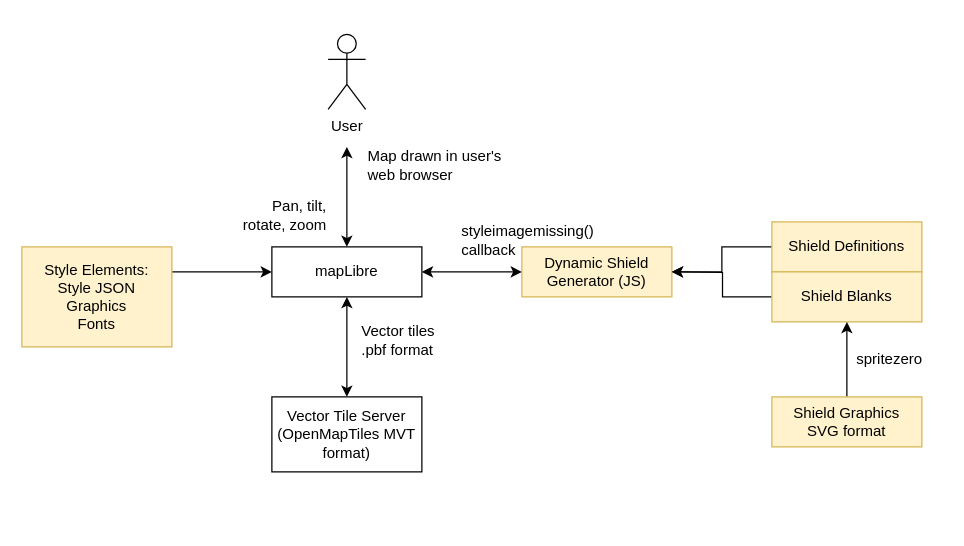
osm-americana/openstreetmap-americana keeps this draw.io diagram as doc-img/architecture.drawio. Above is the earlier version. Source tidied: cells renumbered, new cells numbered last; positions are measured from the earlier drawing's top-left corner, leaving out a move shared by most shapes. Both pictures are drawn from the tidied source at 125%, with x=0, y=0 at pixel (21, 34).
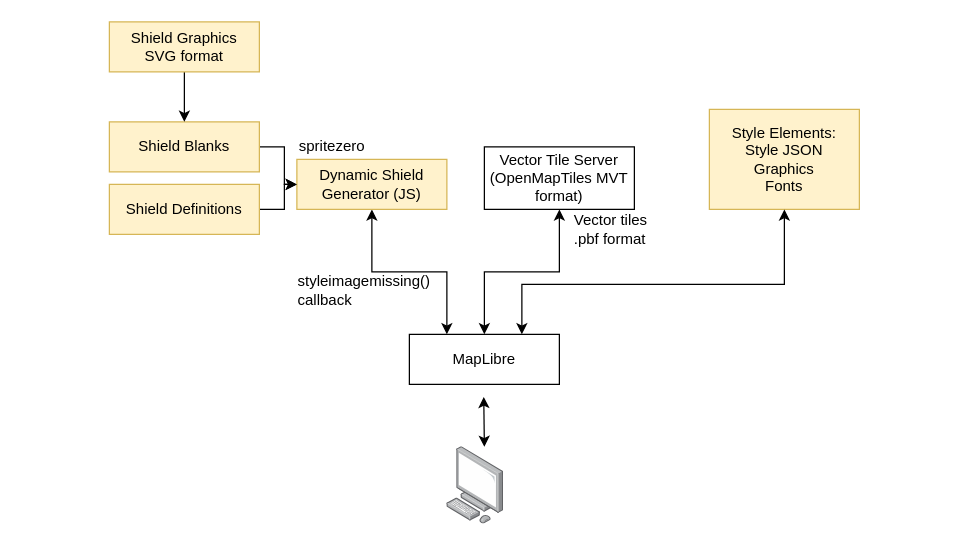
After the change.

Commit message (it also covers changes not shown here):
reorganize diagram

The edit, as a diff of the source:
```diff
@@
+    <mxCell id="13" style="edgeStyle=orthogonalEdgeStyle;rounded=0;jettySize=auto;html=1;exitX=0.5;exitY=1;exitDx=0;exitDy=0;entryX=0.5;entryY=0;entryDx=0;entryDy=0;startArrow=classic;startFill=1;" parent="1" edge="1" source="2" target="3">
+      <mxGeometry relative="1" as="geometry">
+        <Array as="points">
+          <mxPoint x="430" y="190" />
+          <mxPoint x="370" y="190" />
+        </Array>
+      </mxGeometry>
+    </mxCell>
     <mxCell id="2" value="Vector Tile Server&lt;br&gt;(OpenMapTiles MVT format)" style="rounded=0;whiteSpace=wrap;html=1;" parent="1" vertex="1">
-      <mxGeometry x="200" y="290" width="120" height="60" as="geometry" />
+      <mxGeometry x="370" y="90" width="120" height="50" as="geometry" />
     </mxCell>
-    <mxCell id="3" value="mapLibre" style="rounded=0;whiteSpace=wrap;html=1;" parent="1" vertex="1">
-      <mxGeometry x="200" y="170" width="120" height="40" as="geometry" />
+    <mxCell id="3" value="MapLibre" style="rounded=0;whiteSpace=wrap;html=1;" parent="1" vertex="1">
+      <mxGeometry x="310" y="240" width="120" height="40" as="geometry" />
     </mxCell>
-    <mxCell id="4" value="User" style="shape=umlActor;verticalLabelPosition=bottom;verticalAlign=top;html=1;" parent="1" vertex="1">
-      <mxGeometry x="245" width="30" height="60" as="geometry" />
-    </mxCell>
-    <mxCell id="5" style="edgeStyle=orthogonalEdgeStyle;rounded=0;jettySize=auto;html=1;exitX=1;exitY=0.25;exitDx=0;exitDy=0;entryX=0;entryY=0.5;entryDx=0;entryDy=0;" parent="1" edge="1" source="6" target="3">
-      <mxGeometry relative="1" as="geometry" />
-    </mxCell>
     <mxCell id="6" value="Style Elements:&lt;br&gt;Style JSON&lt;br&gt;Graphics&lt;br&gt;Fonts" style="rounded=0;whiteSpace=wrap;html=1;fillColor=#fff2cc;strokeColor=#d6b656;" parent="1" vertex="1">
-      <mxGeometry y="170" width="120" height="80" as="geometry" />
+      <mxGeometry x="550" y="60" width="120" height="80" as="geometry" />
     </mxCell>
+    <mxCell id="22" style="edgeStyle=orthogonalEdgeStyle;rounded=0;jettySize=auto;html=1;exitX=0.5;exitY=1;exitDx=0;exitDy=0;entryX=0.25;entryY=0;entryDx=0;entryDy=0;startArrow=classic;startFill=1;" parent="1" edge="1" source="7" target="3">
+      <mxGeometry relative="1" as="geometry" />
+    </mxCell>
     <mxCell id="7" value="Dynamic Shield Generator (JS)" style="rounded=0;whiteSpace=wrap;html=1;fillColor=#fff2cc;strokeColor=#d6b656;" parent="1" vertex="1">
-      <mxGeometry x="400" y="170" width="120" height="40" as="geometry" />
+      <mxGeometry x="220" y="100" width="120" height="40" as="geometry" />
     </mxCell>
-    <mxCell id="8" style="edgeStyle=orthogonalEdgeStyle;rounded=0;jettySize=auto;html=1;exitX=0;exitY=0.5;exitDx=0;exitDy=0;entryX=1;entryY=0.5;entryDx=0;entryDy=0;" parent="1" edge="1" source="9" target="7">
-      <mxGeometry relative="1" as="geometry" />
-    </mxCell>
+    <mxCell id="23" style="edgeStyle=orthogonalEdgeStyle;rounded=0;jettySize=auto;html=1;exitX=1;exitY=0.5;exitDx=0;exitDy=0;" parent="1" edge="1" source="9">
+      <mxGeometry relative="1" as="geometry">
+        <mxPoint x="220" y="120" as="targetPoint" />
+        <Array as="points">
+          <mxPoint x="210" y="140" />
+          <mxPoint x="210" y="120" />
+        </Array>
+      </mxGeometry>
+    </mxCell>
     <mxCell id="9" value="Shield Definitions" style="rounded=0;whiteSpace=wrap;html=1;fillColor=#fff2cc;strokeColor=#d6b656;" parent="1" vertex="1">
-      <mxGeometry x="600" y="150" width="120" height="40" as="geometry" />
+      <mxGeometry x="70" y="120" width="120" height="40" as="geometry" />
     </mxCell>
-    <mxCell id="10" style="edgeStyle=orthogonalEdgeStyle;rounded=0;jettySize=auto;html=1;exitX=0;exitY=0.5;exitDx=0;exitDy=0;" parent="1" edge="1" source="11">
-      <mxGeometry relative="1" as="geometry">
-        <mxPoint x="520" y="190" as="targetPoint" />
-      </mxGeometry>
-    </mxCell>
+    <mxCell id="24" style="edgeStyle=orthogonalEdgeStyle;rounded=0;jettySize=auto;html=1;exitX=1;exitY=0.5;exitDx=0;exitDy=0;entryX=0;entryY=0.5;entryDx=0;entryDy=0;" parent="1" edge="1" source="11" target="7">
+      <mxGeometry relative="1" as="geometry" />
+    </mxCell>
     <mxCell id="11" value="Shield Blanks" style="rounded=0;whiteSpace=wrap;html=1;fillColor=#fff2cc;strokeColor=#d6b656;" parent="1" vertex="1">
-      <mxGeometry x="600" y="190" width="120" height="40" as="geometry" />
+      <mxGeometry x="70" y="70" width="120" height="40" as="geometry" />
     </mxCell>
-    <mxCell id="12" style="endArrow=classic;startArrow=classic;html=1;rounded=0;entryX=0;entryY=0.5;entryDx=0;entryDy=0;exitX=1;exitY=0.5;exitDx=0;exitDy=0;" parent="1" edge="1" source="3" target="7">
-      <mxGeometry relative="1" as="geometry" />
-    </mxCell>
-    <mxCell id="13" style="endArrow=classic;startArrow=classic;html=1;rounded=0;exitX=0.5;exitY=0;exitDx=0;exitDy=0;entryX=0.5;entryY=1;entryDx=0;entryDy=0;" parent="1" edge="1" source="2" target="3">
-      <mxGeometry relative="1" as="geometry" />
-    </mxCell>
     <mxCell id="14" style="endArrow=classic;startArrow=classic;html=1;rounded=0;" parent="1" edge="1">
       <mxGeometry relative="1" as="geometry">
-        <mxPoint x="260" y="170" as="sourcePoint" />
-        <mxPoint x="260" y="90" as="targetPoint" />
+        <mxPoint x="370" y="330" as="sourcePoint" />
+        <mxPoint x="369.5" y="290" as="targetPoint" />
       </mxGeometry>
     </mxCell>
-    <mxCell id="15" value="Map drawn in user's &lt;br&gt;web browser" style="text;html=1;align=left;verticalAlign=middle;fillColor=none;strokeColor=none;rounded=0;" parent="1" vertex="1">
-      <mxGeometry x="275" y="90" width="120" height="30" as="geometry" />
-    </mxCell>
-    <mxCell id="16" value="Pan, tilt, &lt;br&gt;rotate, zoom" style="text;html=1;align=right;verticalAlign=middle;fillColor=none;strokeColor=none;rounded=0;" parent="1" vertex="1">
-      <mxGeometry x="165" y="130" width="80" height="30" as="geometry" />
-    </mxCell>
     <mxCell id="17" value="Vector tiles&lt;br&gt;.pbf format" style="text;html=1;align=left;verticalAlign=middle;fillColor=none;strokeColor=none;rounded=0;" parent="1" vertex="1">
-      <mxGeometry x="270" y="230" width="70" height="30" as="geometry" />
+      <mxGeometry x="440" y="141" width="70" height="30" as="geometry" />
     </mxCell>
     <mxCell id="18" value="spritezero" style="text;html=1;align=left;verticalAlign=middle;fillColor=none;strokeColor=none;rounded=0;" parent="1" vertex="1">
-      <mxGeometry x="666" y="250" width="70" height="20" as="geometry" />
+      <mxGeometry x="220" y="80" width="70" height="20" as="geometry" />
     </mxCell>
@@
     <mxCell id="20" value="Shield Graphics&lt;br&gt;SVG format" style="rounded=0;whiteSpace=wrap;html=1;fillColor=#fff2cc;strokeColor=#d6b656;" parent="1" vertex="1">
-      <mxGeometry x="600" y="290" width="120" height="40" as="geometry" />
+      <mxGeometry x="70" y="-10" width="120" height="40" as="geometry" />
     </mxCell>
     <mxCell id="21" value="styleimagemissing()&lt;br&gt;callback" style="text;html=1;align=left;verticalAlign=middle;fillColor=none;strokeColor=none;rounded=0;" parent="1" vertex="1">
-      <mxGeometry x="350" y="150" width="120" height="30" as="geometry" />
+      <mxGeometry x="219" y="190" width="120" height="30" as="geometry" />
     </mxCell>
+    <mxCell id="25" style="endArrow=classic;startArrow=classic;html=1;rounded=0;entryX=0.5;entryY=1;entryDx=0;entryDy=0;exitX=0.75;exitY=0;exitDx=0;exitDy=0;" parent="1" edge="1" source="3" target="6">
+      <mxGeometry relative="1" as="geometry">
+        <Array as="points">
+          <mxPoint x="400" y="200" />
+          <mxPoint x="610" y="200" />
+        </Array>
+      </mxGeometry>
+    </mxCell>
+    <mxCell id="26" style="html=1;align=center;shadow=0;dashed=0;image;image=img/lib/allied_telesis/computer_and_terminals/Personal_Computer.svg;" parent="1" vertex="1">
+      <mxGeometry x="340" y="330" width="45.6" height="61.8" as="geometry" />
+    </mxCell>
```
